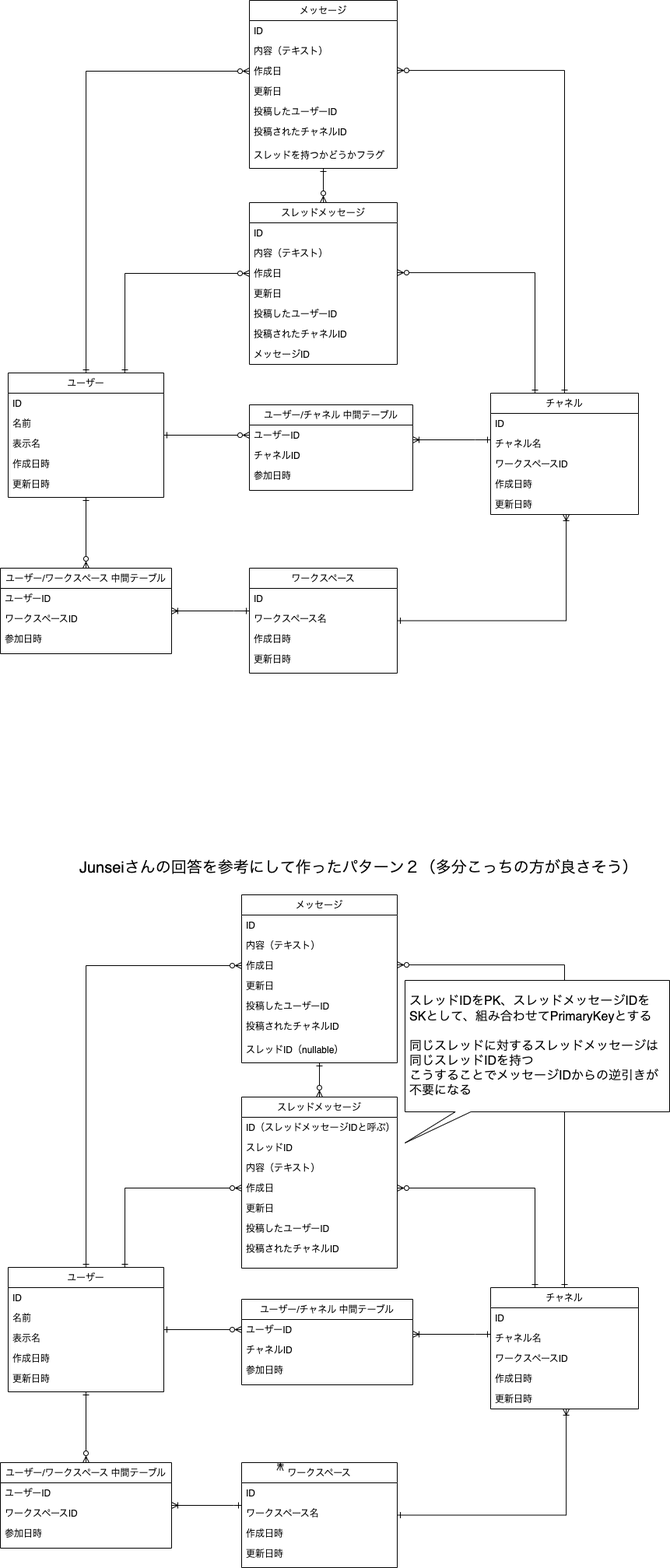
yuikoito/PrAhaChallenge keeps this draw.io diagram as db/reconsideration/DB2 Diagram.drawio.png. Above is the earlier version. Source tidied: cells renumbered, new cells last; positions are measured from the earlier drawing's top-left corner, leaving out a move shared by most shapes.
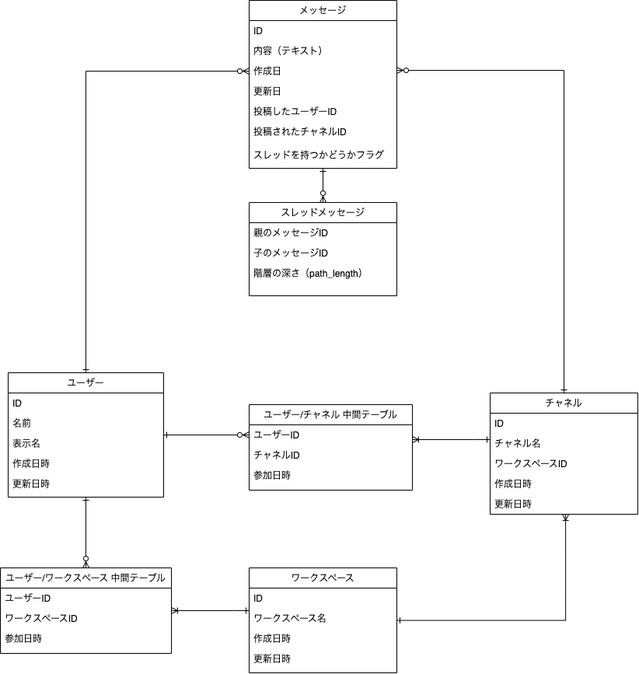
The same file after the commit.

Diff of the diagram source:
```diff
@@ -11,9 +11,6 @@
     <mxCell id="4" style="edgeStyle=orthogonalEdgeStyle;rounded=0;jettySize=auto;html=1;entryX=0;entryY=0.5;entryDx=0;entryDy=0;startArrow=ERone;startFill=0;endArrow=ERzeroToMany;endFill=0;" parent="1" edge="1" source="6" target="17">
       <mxGeometry relative="1" as="geometry" />
     </mxCell>
-    <mxCell id="5" style="edgeStyle=orthogonalEdgeStyle;rounded=0;jettySize=auto;html=1;exitX=0.75;exitY=0;exitDx=0;exitDy=0;entryX=0;entryY=0.5;entryDx=0;entryDy=0;startArrow=ERone;startFill=0;endArrow=ERzeroToMany;endFill=0;" parent="1" edge="1" source="6" target="26">
-      <mxGeometry relative="1" as="geometry" />
-    </mxCell>
     <mxCell id="6" value="ユーザー" style="swimlane;fontStyle=0;align=center;verticalAlign=top;horizontal=1;startSize=26;rounded=0;shadow=0;strokeWidth=1;" parent="1" vertex="1">
       <mxGeometry x="10" y="479" width="200" height="160" as="geometry" />
     </mxCell>
@@ -66,36 +63,17 @@
     <mxCell id="21" value="スレッドを持つかどうかフラグ" style="text;align=left;verticalAlign=top;spacingLeft=4;spacingRight=4;overflow=hidden;" parent="14" vertex="1">
       <mxGeometry y="186" width="190" height="30" as="geometry" />
     </mxCell>
-    <mxCell id="22" style="edgeStyle=orthogonalEdgeStyle;rounded=0;jettySize=auto;html=1;entryX=0.3;entryY=0;entryDx=0;entryDy=0;entryPerimeter=0;startArrow=ERzeroToMany;startFill=0;endArrow=ERone;endFill=0;" parent="1" edge="1" source="23" target="32">
-      <mxGeometry relative="1" as="geometry">
-        <Array as="points">
-          <mxPoint x="687" y="350" />
-        </Array>
-      </mxGeometry>
-    </mxCell>
     <mxCell id="23" value="スレッドメッセージ" style="swimlane;fontStyle=0;align=center;verticalAlign=top;horizontal=1;startSize=26;rounded=0;shadow=0;strokeWidth=1;" parent="1" vertex="1">
-      <mxGeometry x="320" y="260" width="190" height="208" as="geometry" />
+      <mxGeometry x="320" y="260" width="190" height="120" as="geometry" />
     </mxCell>
-    <mxCell id="24" value="ID" style="text;align=left;verticalAlign=top;spacingLeft=4;spacingRight=4;overflow=hidden;" parent="23" vertex="1">
+    <mxCell id="24" value="親のメッセージID" style="text;align=left;verticalAlign=top;spacingLeft=4;spacingRight=4;overflow=hidden;" parent="23" vertex="1">
       <mxGeometry y="26" width="190" height="26" as="geometry" />
     </mxCell>
-    <mxCell id="25" value="内容（テキスト）" style="text;align=left;verticalAlign=top;spacingLeft=4;spacingRight=4;overflow=hidden;" parent="23" vertex="1">
+    <mxCell id="25" value="子のメッセージID" style="text;align=left;verticalAlign=top;spacingLeft=4;spacingRight=4;overflow=hidden;" parent="23" vertex="1">
       <mxGeometry y="52" width="190" height="26" as="geometry" />
     </mxCell>
-    <mxCell id="26" value="作成日" style="text;align=left;verticalAlign=top;spacingLeft=4;spacingRight=4;overflow=hidden;points=[[0,0.5],[1,0.5]];portConstraint=eastwest;rounded=0;shadow=0;html=0;" parent="23" vertex="1">
-      <mxGeometry y="78" width="190" height="26" as="geometry" />
-    </mxCell>
-    <mxCell id="27" value="更新日&#10;" style="text;align=left;verticalAlign=top;spacingLeft=4;spacingRight=4;overflow=hidden;rounded=0;shadow=0;html=0;" parent="23" vertex="1">
-      <mxGeometry y="104" width="190" height="26" as="geometry" />
-    </mxCell>
-    <mxCell id="28" value="投稿したユーザーID" style="text;align=left;verticalAlign=top;spacingLeft=4;spacingRight=4;overflow=hidden;" parent="23" vertex="1">
-      <mxGeometry y="130" width="190" height="26" as="geometry" />
-    </mxCell>
-    <mxCell id="29" value="投稿されたチャネルID" style="text;align=left;verticalAlign=top;spacingLeft=4;spacingRight=4;overflow=hidden;" parent="23" vertex="1">
-      <mxGeometry y="156" width="190" height="26" as="geometry" />
-    </mxCell>
-    <mxCell id="30" value="メッセージID" style="text;align=left;verticalAlign=top;spacingLeft=4;spacingRight=4;overflow=hidden;" parent="23" vertex="1">
-      <mxGeometry y="182" width="190" height="26" as="geometry" />
+    <mxCell id="30" value="階層の深さ（path_length）" style="text;align=left;verticalAlign=top;spacingLeft=4;spacingRight=4;overflow=hidden;" parent="23" vertex="1">
+      <mxGeometry y="78" width="190" height="26" as="geometry" />
     </mxCell>
     <mxCell id="31" style="edgeStyle=orthogonalEdgeStyle;rounded=0;jettySize=auto;html=1;startArrow=ERone;startFill=0;endArrow=ERoneToMany;endFill=0;" parent="1" edge="1" source="32" target="38">
       <mxGeometry relative="1" as="geometry">
@@ -177,189 +155,5 @@
     <mxCell id="52" value="参加日時" style="text;align=left;verticalAlign=top;spacingLeft=4;spacingRight=4;overflow=hidden;" parent="49" vertex="1">
       <mxGeometry y="78" width="220" height="26" as="geometry" />
     </mxCell>
-    <mxCell id="53" style="edgeStyle=orthogonalEdgeStyle;rounded=0;jettySize=auto;html=1;entryX=0;entryY=0.5;entryDx=0;entryDy=0;startArrow=ERone;startFill=0;endArrow=ERzeroToMany;endFill=0;" parent="1" edge="1" source="57" target="90">
-      <mxGeometry relative="1" as="geometry" />
-    </mxCell>
-    <mxCell id="54" style="edgeStyle=orthogonalEdgeStyle;rounded=0;jettySize=auto;html=1;entryX=0.5;entryY=0;entryDx=0;entryDy=0;startArrow=ERone;startFill=0;endArrow=ERzeroToMany;endFill=0;" parent="1" edge="1" source="57" target="100">
-      <mxGeometry relative="1" as="geometry" />
-    </mxCell>
-    <mxCell id="55" style="edgeStyle=orthogonalEdgeStyle;rounded=0;jettySize=auto;html=1;entryX=0;entryY=0.5;entryDx=0;entryDy=0;startArrow=ERone;startFill=0;endArrow=ERzeroToMany;endFill=0;" parent="1" edge="1" source="57" target="68">
-      <mxGeometry relative="1" as="geometry" />
-    </mxCell>
-    <mxCell id="56" style="edgeStyle=orthogonalEdgeStyle;rounded=0;jettySize=auto;html=1;exitX=0.75;exitY=0;exitDx=0;exitDy=0;entryX=0;entryY=0.5;entryDx=0;entryDy=0;startArrow=ERone;startFill=0;endArrow=ERzeroToMany;endFill=0;" parent="1" edge="1" source="57" target="78">
-      <mxGeometry relative="1" as="geometry" />
-    </mxCell>
-    <mxCell id="57" value="ユーザー" style="swimlane;fontStyle=0;align=center;verticalAlign=top;horizontal=1;startSize=26;rounded=0;shadow=0;strokeWidth=1;" parent="1" vertex="1">
-      <mxGeometry x="10" y="1629" width="200" height="160" as="geometry" />
-    </mxCell>
-    <mxCell id="58" value="ID" style="text;align=left;verticalAlign=top;spacingLeft=4;spacingRight=4;overflow=hidden;" parent="57" vertex="1">
-      <mxGeometry y="26" width="200" height="26" as="geometry" />
-    </mxCell>
-    <mxCell id="59" value="名前" style="text;align=left;verticalAlign=top;spacingLeft=4;spacingRight=4;overflow=hidden;rounded=0;shadow=0;html=0;" parent="57" vertex="1">
-      <mxGeometry y="52" width="200" height="26" as="geometry" />
-    </mxCell>
-    <mxCell id="60" value="表示名" style="text;align=left;verticalAlign=top;spacingLeft=4;spacingRight=4;overflow=hidden;rounded=0;shadow=0;html=0;" parent="57" vertex="1">
-      <mxGeometry y="78" width="200" height="26" as="geometry" />
-    </mxCell>
-    <mxCell id="61" value="作成日時&#10;" style="text;align=left;verticalAlign=top;spacingLeft=4;spacingRight=4;overflow=hidden;" parent="57" vertex="1">
-      <mxGeometry y="104" width="200" height="26" as="geometry" />
-    </mxCell>
-    <mxCell id="62" value="更新日時&#10;" style="text;align=left;verticalAlign=top;spacingLeft=4;spacingRight=4;overflow=hidden;" parent="57" vertex="1">
-      <mxGeometry y="130" width="200" height="26" as="geometry" />
-    </mxCell>
-    <mxCell id="63" style="edgeStyle=orthogonalEdgeStyle;rounded=0;jettySize=auto;html=1;entryX=0.5;entryY=0;entryDx=0;entryDy=0;startArrow=ERone;startFill=0;endArrow=ERzeroToMany;endFill=0;" parent="1" edge="1" source="65" target="74">
-      <mxGeometry relative="1" as="geometry" />
-    </mxCell>
-    <mxCell id="64" style="edgeStyle=orthogonalEdgeStyle;rounded=0;jettySize=auto;html=1;startArrow=ERzeroToMany;startFill=0;endArrow=ERone;endFill=0;" parent="1" edge="1" source="65" target="83">
-      <mxGeometry relative="1" as="geometry">
-        <Array as="points">
-          <mxPoint x="725" y="1240" />
-        </Array>
-      </mxGeometry>
-    </mxCell>
-    <mxCell id="65" value="メッセージ" style="swimlane;fontStyle=0;align=center;verticalAlign=top;horizontal=1;startSize=26;rounded=0;shadow=0;strokeWidth=1;" parent="1" vertex="1">
-      <mxGeometry x="310" y="1150" width="200" height="216" as="geometry" />
-    </mxCell>
-    <mxCell id="66" value="ID" style="text;align=left;verticalAlign=top;spacingLeft=4;spacingRight=4;overflow=hidden;" parent="65" vertex="1">
-      <mxGeometry y="26" width="200" height="26" as="geometry" />
-    </mxCell>
-    <mxCell id="67" value="内容（テキスト）" style="text;align=left;verticalAlign=top;spacingLeft=4;spacingRight=4;overflow=hidden;" parent="65" vertex="1">
-      <mxGeometry y="52" width="200" height="26" as="geometry" />
-    </mxCell>
-    <mxCell id="68" value="作成日" style="text;align=left;verticalAlign=top;spacingLeft=4;spacingRight=4;overflow=hidden;points=[[0,0.5],[1,0.5]];portConstraint=eastwest;rounded=0;shadow=0;html=0;" parent="65" vertex="1">
-      <mxGeometry y="78" width="200" height="26" as="geometry" />
-    </mxCell>
-    <mxCell id="69" value="更新日&#10;" style="text;align=left;verticalAlign=top;spacingLeft=4;spacingRight=4;overflow=hidden;rounded=0;shadow=0;html=0;" parent="65" vertex="1">
-      <mxGeometry y="104" width="200" height="26" as="geometry" />
-    </mxCell>
-    <mxCell id="70" value="投稿したユーザーID" style="text;align=left;verticalAlign=top;spacingLeft=4;spacingRight=4;overflow=hidden;" parent="65" vertex="1">
-      <mxGeometry y="130" width="200" height="26" as="geometry" />
-    </mxCell>
-    <mxCell id="71" value="投稿されたチャネルID" style="text;align=left;verticalAlign=top;spacingLeft=4;spacingRight=4;overflow=hidden;" parent="65" vertex="1">
-      <mxGeometry y="156" width="200" height="30" as="geometry" />
-    </mxCell>
-    <mxCell id="72" value="スレッドID（nullable）" style="text;align=left;verticalAlign=top;spacingLeft=4;spacingRight=4;overflow=hidden;" parent="65" vertex="1">
-      <mxGeometry y="186" width="200" height="30" as="geometry" />
-    </mxCell>
-    <mxCell id="73" style="edgeStyle=orthogonalEdgeStyle;rounded=0;jettySize=auto;html=1;entryX=0.3;entryY=0;entryDx=0;entryDy=0;entryPerimeter=0;startArrow=ERzeroToMany;startFill=0;endArrow=ERone;endFill=0;" parent="1" edge="1" source="74" target="83">
-      <mxGeometry relative="1" as="geometry">
-        <Array as="points">
-          <mxPoint x="687" y="1527" />
-        </Array>
-      </mxGeometry>
-    </mxCell>
-    <mxCell id="74" value="スレッドメッセージ" style="swimlane;fontStyle=0;align=center;verticalAlign=top;horizontal=1;startSize=26;rounded=0;shadow=0;strokeWidth=1;" parent="1" vertex="1">
-      <mxGeometry x="310" y="1410" width="200" height="220" as="geometry" />
-    </mxCell>
-    <mxCell id="75" value="ID（スレッドメッセージIDと呼ぶ）" style="text;align=left;verticalAlign=top;spacingLeft=4;spacingRight=4;overflow=hidden;" parent="74" vertex="1">
-      <mxGeometry y="26" width="200" height="26" as="geometry" />
-    </mxCell>
-    <mxCell id="76" value="スレッドID" style="text;align=left;verticalAlign=top;spacingLeft=4;spacingRight=4;overflow=hidden;" parent="74" vertex="1">
-      <mxGeometry y="52" width="200" height="26" as="geometry" />
-    </mxCell>
-    <mxCell id="77" value="内容（テキスト）" style="text;align=left;verticalAlign=top;spacingLeft=4;spacingRight=4;overflow=hidden;" parent="74" vertex="1">
-      <mxGeometry y="78" width="200" height="26" as="geometry" />
-    </mxCell>
-    <mxCell id="78" value="作成日" style="text;align=left;verticalAlign=top;spacingLeft=4;spacingRight=4;overflow=hidden;points=[[0,0.5],[1,0.5]];portConstraint=eastwest;rounded=0;shadow=0;html=0;" parent="74" vertex="1">
-      <mxGeometry y="104" width="200" height="26" as="geometry" />
-    </mxCell>
-    <mxCell id="79" value="更新日&#10;" style="text;align=left;verticalAlign=top;spacingLeft=4;spacingRight=4;overflow=hidden;rounded=0;shadow=0;html=0;" parent="74" vertex="1">
-      <mxGeometry y="130" width="200" height="26" as="geometry" />
-    </mxCell>
-    <mxCell id="80" value="投稿したユーザーID" style="text;align=left;verticalAlign=top;spacingLeft=4;spacingRight=4;overflow=hidden;" parent="74" vertex="1">
-      <mxGeometry y="156" width="200" height="26" as="geometry" />
-    </mxCell>
-    <mxCell id="81" value="投稿されたチャネルID" style="text;align=left;verticalAlign=top;spacingLeft=4;spacingRight=4;overflow=hidden;" parent="74" vertex="1">
-      <mxGeometry y="182" width="200" height="26" as="geometry" />
-    </mxCell>
-    <mxCell id="82" style="edgeStyle=orthogonalEdgeStyle;rounded=0;jettySize=auto;html=1;startArrow=ERone;startFill=0;endArrow=ERoneToMany;endFill=0;" parent="1" edge="1" source="83" target="89">
-      <mxGeometry relative="1" as="geometry">
-        <Array as="points">
-          <mxPoint x="610" y="1715" />
-          <mxPoint x="610" y="1715" />
-        </Array>
-      </mxGeometry>
-    </mxCell>
-    <mxCell id="83" value="チャネル" style="swimlane;fontStyle=0;align=center;verticalAlign=top;horizontal=1;startSize=26;rounded=0;shadow=0;strokeWidth=1;" parent="1" vertex="1">
-      <mxGeometry x="630" y="1655" width="190" height="156" as="geometry" />
-    </mxCell>
-    <mxCell id="84" value="ID" style="text;align=left;verticalAlign=top;spacingLeft=4;spacingRight=4;overflow=hidden;" parent="83" vertex="1">
-      <mxGeometry y="26" width="190" height="26" as="geometry" />
-    </mxCell>
-    <mxCell id="85" value="チャネル名" style="text;align=left;verticalAlign=top;spacingLeft=4;spacingRight=4;overflow=hidden;rounded=0;shadow=0;html=0;" parent="83" vertex="1">
-      <mxGeometry y="52" width="190" height="26" as="geometry" />
-    </mxCell>
-    <mxCell id="86" value="ワークスペースID" style="text;align=left;verticalAlign=top;spacingLeft=4;spacingRight=4;overflow=hidden;rounded=0;shadow=0;html=0;" parent="83" vertex="1">
-      <mxGeometry y="78" width="190" height="26" as="geometry" />
-    </mxCell>
-    <mxCell id="87" value="作成日時&#10;" style="text;align=left;verticalAlign=top;spacingLeft=4;spacingRight=4;overflow=hidden;" parent="83" vertex="1">
-      <mxGeometry y="104" width="190" height="26" as="geometry" />
-    </mxCell>
-    <mxCell id="88" value="更新日時&#10;" style="text;align=left;verticalAlign=top;spacingLeft=4;spacingRight=4;overflow=hidden;points=[[0,0.5],[1,0.5]];portConstraint=eastwest;" parent="83" vertex="1">
-      <mxGeometry y="130" width="190" height="26" as="geometry" />
-    </mxCell>
-    <mxCell id="89" value="ユーザー/チャネル 中間テーブル" style="swimlane;fontStyle=0;align=center;verticalAlign=top;horizontal=1;startSize=26;rounded=0;shadow=0;strokeWidth=1;" parent="1" vertex="1">
-      <mxGeometry x="310" y="1670" width="220" height="110" as="geometry" />
-    </mxCell>
-    <mxCell id="90" value="ユーザーID" style="text;align=left;verticalAlign=top;spacingLeft=4;spacingRight=4;overflow=hidden;points=[[0,0.5],[1,0.5]];portConstraint=eastwest;rounded=0;shadow=0;html=0;" parent="89" vertex="1">
-      <mxGeometry y="26" width="220" height="26" as="geometry" />
-    </mxCell>
-    <mxCell id="91" value="チャネルID" style="text;align=left;verticalAlign=top;spacingLeft=4;spacingRight=4;overflow=hidden;rounded=0;shadow=0;html=0;" parent="89" vertex="1">
-      <mxGeometry y="52" width="220" height="26" as="geometry" />
-    </mxCell>
-    <mxCell id="92" value="参加日時" style="text;align=left;verticalAlign=top;spacingLeft=4;spacingRight=4;overflow=hidden;" parent="89" vertex="1">
-      <mxGeometry y="78" width="220" height="26" as="geometry" />
-    </mxCell>
-    <mxCell id="93" style="edgeStyle=orthogonalEdgeStyle;rounded=0;jettySize=auto;html=1;entryX=0.511;entryY=1;entryDx=0;entryDy=0;entryPerimeter=0;startArrow=ERone;startFill=0;endArrow=ERoneToMany;endFill=0;" parent="1" edge="1" source="95" target="88">
-      <mxGeometry relative="1" as="geometry">
-        <Array as="points">
-          <mxPoint x="727" y="1948" />
-        </Array>
-      </mxGeometry>
-    </mxCell>
-    <mxCell id="94" style="edgeStyle=orthogonalEdgeStyle;rounded=0;jettySize=auto;html=1;endArrow=ERoneToMany;endFill=0;startArrow=ERone;startFill=0;" parent="1" edge="1" source="95" target="100">
-      <mxGeometry relative="1" as="geometry">
-        <Array as="points">
-          <mxPoint x="300" y="1935" />
-          <mxPoint x="300" y="1935" />
-        </Array>
-      </mxGeometry>
-    </mxCell>
-    <mxCell id="95" value="ワークスペース" style="swimlane;fontStyle=0;align=center;verticalAlign=top;horizontal=1;startSize=26;rounded=0;shadow=0;strokeWidth=1;" parent="1" vertex="1">
-      <mxGeometry x="310" y="1880" width="200" height="135" as="geometry" />
-    </mxCell>
-    <mxCell id="96" value="ID" style="text;align=left;verticalAlign=top;spacingLeft=4;spacingRight=4;overflow=hidden;" parent="95" vertex="1">
-      <mxGeometry y="26" width="200" height="26" as="geometry" />
-    </mxCell>
-    <mxCell id="97" value="ワークスペース名" style="text;align=left;verticalAlign=top;spacingLeft=4;spacingRight=4;overflow=hidden;rounded=0;shadow=0;html=0;" parent="95" vertex="1">
-      <mxGeometry y="52" width="200" height="26" as="geometry" />
-    </mxCell>
-    <mxCell id="98" value="作成日時&#10;" style="text;align=left;verticalAlign=top;spacingLeft=4;spacingRight=4;overflow=hidden;" parent="95" vertex="1">
-      <mxGeometry y="78" width="200" height="26" as="geometry" />
-    </mxCell>
-    <mxCell id="99" value="更新日時&#10;" style="text;align=left;verticalAlign=top;spacingLeft=4;spacingRight=4;overflow=hidden;" parent="95" vertex="1">
-      <mxGeometry y="104" width="200" height="26" as="geometry" />
-    </mxCell>
-    <mxCell id="100" value="ユーザー/ワークスペース 中間テーブル" style="swimlane;fontStyle=0;align=center;verticalAlign=top;horizontal=1;startSize=26;rounded=0;shadow=0;strokeWidth=1;" parent="1" vertex="1">
-      <mxGeometry y="1880" width="220" height="110" as="geometry" />
-    </mxCell>
-    <mxCell id="101" value="ユーザーID" style="text;align=left;verticalAlign=top;spacingLeft=4;spacingRight=4;overflow=hidden;rounded=0;shadow=0;html=0;" parent="100" vertex="1">
-      <mxGeometry y="26" width="220" height="26" as="geometry" />
-    </mxCell>
-    <mxCell id="102" value="ワークスペースID" style="text;align=left;verticalAlign=top;spacingLeft=4;spacingRight=4;overflow=hidden;rounded=0;shadow=0;html=0;" parent="100" vertex="1">
-      <mxGeometry y="52" width="220" height="26" as="geometry" />
-    </mxCell>
-    <mxCell id="103" value="参加日時" style="text;align=left;verticalAlign=top;spacingLeft=4;spacingRight=4;overflow=hidden;" parent="100" vertex="1">
-      <mxGeometry y="78" width="220" height="26" as="geometry" />
-    </mxCell>
-    <mxCell id="104" value="Junseiさんの回答を参考にして作ったパターン２（多分こっちの方が良さそう）" style="text;html=1;strokeColor=none;fillColor=none;align=left;verticalAlign=middle;whiteSpace=wrap;rounded=0;fontSize=20;" parent="1" vertex="1">
-      <mxGeometry x="100" y="1100" width="740" height="30" as="geometry" />
-    </mxCell>
-    <mxCell id="105" value="&lt;div style=&quot;text-align: left; font-size: 16px;&quot;&gt;&lt;font style=&quot;font-size: 16px;&quot;&gt;&lt;span style=&quot;background-color: initial;&quot;&gt;スレッドIDをPK、スレッドメッセージIDを&lt;/span&gt;&lt;span style=&quot;background-color: initial;&quot;&gt;SKとして、組み合わせてPrimaryKeyとする&lt;/span&gt;&lt;/font&gt;&lt;/div&gt;&lt;font style=&quot;font-size: 16px;&quot;&gt;&lt;div style=&quot;text-align: left;&quot;&gt;&lt;br&gt;&lt;/div&gt;&lt;div style=&quot;text-align: left;&quot;&gt;&lt;span style=&quot;background-color: initial;&quot;&gt;同じスレッドに対するスレッドメッセージは&lt;/span&gt;&lt;/div&gt;&lt;div style=&quot;text-align: left;&quot;&gt;&lt;span style=&quot;background-color: initial;&quot;&gt;同じスレッドIDを持つ&lt;/span&gt;&lt;/div&gt;&lt;div style=&quot;text-align: left;&quot;&gt;&lt;span style=&quot;background-color: initial;&quot;&gt;こうすることでメッセージIDからの逆引きが不要になる&lt;/span&gt;&lt;/div&gt;&lt;/font&gt;" style="shape=callout;whiteSpace=wrap;html=1;perimeter=calloutPerimeter;fontSize=20;position2=0;size=40;position=0.19;spacingTop=0;spacingLeft=5;spacingRight=3;" parent="1" vertex="1">
-      <mxGeometry x="520" y="1260" width="340" height="209" as="geometry" />
-    </mxCell>
-    <mxCell id="106" style="edgeStyle=orthogonalEdgeStyle;rounded=0;orthogonalLoop=1;jettySize=auto;html=1;exitX=0.25;exitY=0;exitDx=0;exitDy=0;entryX=0.247;entryY=0.074;entryDx=0;entryDy=0;entryPerimeter=0;fontSize=16;startArrow=ERone;startFill=0;endArrow=ERoneToMany;endFill=0;" parent="1" edge="1" source="95" target="95">
-      <mxGeometry relative="1" as="geometry" />
-    </mxCell>
   </root>
 </mxGraphModel>
```
